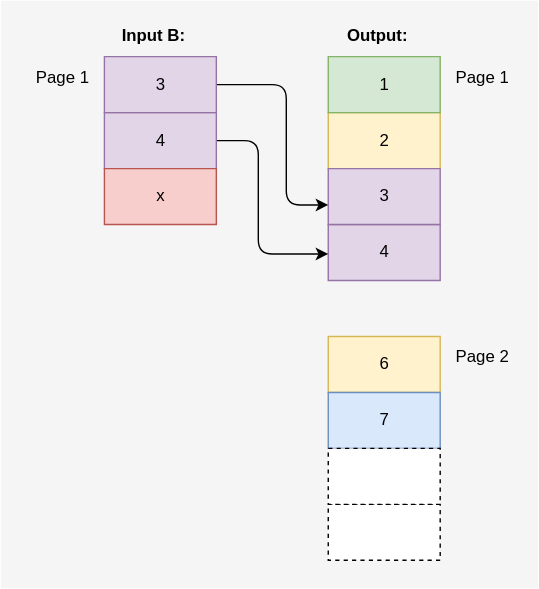
This is images/MergeResponsesKomplexSolution4.svg from cwahlmann/searchadapter, a draw.io export, as it was before one commit. Source tidied: cells renumbered, new cells last; positions are measured from the earlier drawing's top-left corner, leaving out a move shared by most shapes.
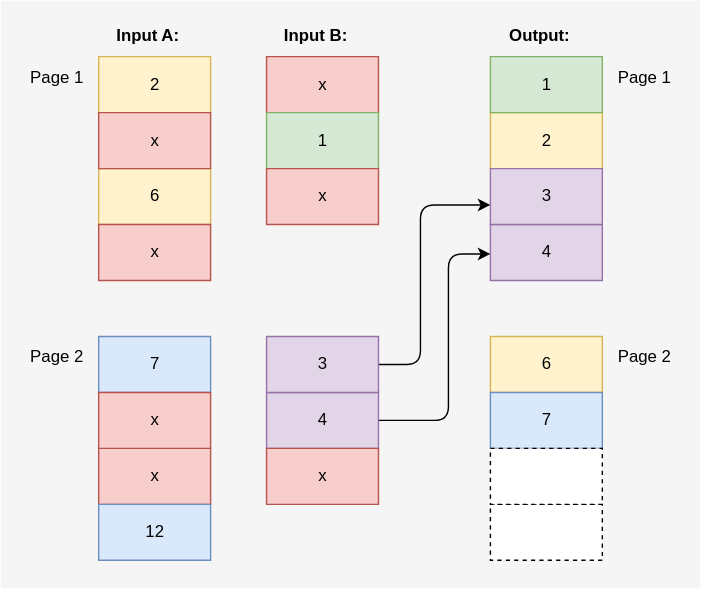
After the change.

What changed in the source:
```diff
@@ -3,7 +3,7 @@
     <mxCell id="0" />
     <mxCell id="1" parent="0" />
     <mxCell id="2" style="rounded=0;whiteSpace=wrap;html=1;fillColor=#f5f5f5;strokeColor=none;fontColor=#333333;" parent="1" vertex="1">
-      <mxGeometry width="384" height="420" as="geometry" />
+      <mxGeometry x="-116" width="500" height="420" as="geometry" />
     </mxCell>
     <mxCell id="3" value="Page 1" style="text;html=1;align=center;verticalAlign=middle;strokeColor=none;fillColor=none;" parent="1" vertex="1">
       <mxGeometry x="314" y="40" width="60" height="30" as="geometry" />
@@ -26,34 +26,28 @@
     <mxCell id="9" style="edgeStyle=orthogonalEdgeStyle;rounded=1;jettySize=auto;html=1;entryX=0;entryY=0.525;entryDx=0;entryDy=0;entryPerimeter=0;" parent="1" edge="1" source="10" target="6">
       <mxGeometry relative="1" as="geometry">
         <Array as="points">
-          <mxPoint x="184" y="100" />
-          <mxPoint x="184" y="181" />
+          <mxPoint x="204" y="300" />
+          <mxPoint x="204" y="181" />
         </Array>
       </mxGeometry>
     </mxCell>
     <mxCell id="10" value="4" style="verticalLabelPosition=middle;verticalAlign=middle;html=1;shape=mxgraph.basic.rect;fillColor2=none;strokeWidth=1;size=20;indent=5;labelPosition=center;align=center;fillColor=#e1d5e7;strokeColor=#9673a6;" parent="1" vertex="1">
-      <mxGeometry x="74" y="80" width="80" height="40" as="geometry" />
+      <mxGeometry x="74" y="280" width="80" height="40" as="geometry" />
     </mxCell>
-    <mxCell id="11" value="&lt;b&gt;Input B:&lt;/b&gt;" style="text;html=1;align=center;verticalAlign=middle;strokeColor=none;fillColor=none;" parent="1" vertex="1">
-      <mxGeometry x="74" y="10" width="70" height="30" as="geometry" />
-    </mxCell>
     <mxCell id="12" style="edgeStyle=orthogonalEdgeStyle;rounded=1;jettySize=auto;html=1;entryX=0;entryY=0.65;entryDx=0;entryDy=0;entryPerimeter=0;" parent="1" edge="1" source="13" target="8">
       <mxGeometry relative="1" as="geometry">
         <Array as="points">
-          <mxPoint x="204" y="60" />
-          <mxPoint x="204" y="146" />
+          <mxPoint x="184" y="260" />
+          <mxPoint x="184" y="146" />
         </Array>
       </mxGeometry>
     </mxCell>
     <mxCell id="13" value="3" style="verticalLabelPosition=middle;verticalAlign=middle;html=1;shape=mxgraph.basic.rect;fillColor2=none;strokeWidth=1;size=20;indent=5;labelPosition=center;align=center;fillColor=#e1d5e7;strokeColor=#9673a6;" parent="1" vertex="1">
-      <mxGeometry x="74" y="40" width="80" height="40" as="geometry" />
+      <mxGeometry x="74" y="240" width="80" height="40" as="geometry" />
     </mxCell>
     <mxCell id="14" value="x" style="verticalLabelPosition=middle;verticalAlign=middle;html=1;shape=mxgraph.basic.rect;fillColor2=none;strokeWidth=1;size=20;indent=5;labelPosition=center;align=center;fillColor=#f8cecc;strokeColor=#b85450;" parent="1" vertex="1">
-      <mxGeometry x="74" y="120" width="80" height="40" as="geometry" />
+      <mxGeometry x="74" y="320" width="80" height="40" as="geometry" />
     </mxCell>
-    <mxCell id="15" value="Page 1" style="text;html=1;align=center;verticalAlign=middle;strokeColor=none;fillColor=none;" parent="1" vertex="1">
-      <mxGeometry x="14" y="40" width="60" height="30" as="geometry" />
-    </mxCell>
     <mxCell id="16" value="6" style="verticalLabelPosition=middle;verticalAlign=middle;html=1;shape=mxgraph.basic.rect;fillColor2=none;strokeWidth=1;size=20;indent=5;labelPosition=center;align=center;fillColor=#fff2cc;strokeColor=#d6b656;" parent="1" vertex="1">
       <mxGeometry x="234" y="240" width="80" height="40" as="geometry" />
     </mxCell>
@@ -69,5 +63,50 @@
     <mxCell id="20" style="verticalLabelPosition=middle;verticalAlign=middle;html=1;shape=mxgraph.basic.rect;fillColor2=none;strokeWidth=1;size=20;indent=5;labelPosition=center;align=center;dashed=1;" parent="1" vertex="1">
       <mxGeometry x="234" y="320" width="80" height="40" as="geometry" />
     </mxCell>
+    <mxCell id="21" value="7" style="verticalLabelPosition=middle;verticalAlign=middle;html=1;shape=mxgraph.basic.rect;fillColor2=none;strokeWidth=1;size=20;indent=5;labelPosition=center;align=center;fillColor=#dae8fc;strokeColor=#6c8ebf;" parent="1" vertex="1">
+      <mxGeometry x="-46" y="240" width="80" height="40" as="geometry" />
+    </mxCell>
+    <mxCell id="22" value="x" style="verticalLabelPosition=middle;verticalAlign=middle;html=1;shape=mxgraph.basic.rect;fillColor2=none;strokeWidth=1;size=20;indent=5;labelPosition=center;align=center;fillColor=#f8cecc;strokeColor=#b85450;" parent="1" vertex="1">
+      <mxGeometry x="-46" y="320" width="80" height="40" as="geometry" />
+    </mxCell>
+    <mxCell id="23" value="12" style="verticalLabelPosition=middle;verticalAlign=middle;html=1;shape=mxgraph.basic.rect;fillColor2=none;strokeWidth=1;size=20;indent=5;labelPosition=center;align=center;fillColor=#dae8fc;strokeColor=#6c8ebf;" parent="1" vertex="1">
+      <mxGeometry x="-46" y="360" width="80" height="40" as="geometry" />
+    </mxCell>
+    <mxCell id="24" value="Page 2" style="text;html=1;align=center;verticalAlign=middle;strokeColor=none;fillColor=none;" parent="1" vertex="1">
+      <mxGeometry x="-106" y="240" width="60" height="30" as="geometry" />
+    </mxCell>
+    <mxCell id="25" value="&lt;b&gt;Input A:&lt;/b&gt;" style="text;html=1;align=center;verticalAlign=middle;strokeColor=none;fillColor=none;" parent="1" vertex="1">
+      <mxGeometry x="-46" y="10" width="70" height="30" as="geometry" />
+    </mxCell>
+    <mxCell id="26" value="x" style="verticalLabelPosition=middle;verticalAlign=middle;html=1;shape=mxgraph.basic.rect;fillColor2=none;strokeWidth=1;size=20;indent=5;labelPosition=center;align=center;fillColor=#f8cecc;strokeColor=#b85450;" parent="1" vertex="1">
+      <mxGeometry x="-46" y="280" width="80" height="40" as="geometry" />
+    </mxCell>
+    <mxCell id="27" value="x" style="verticalLabelPosition=middle;verticalAlign=middle;html=1;shape=mxgraph.basic.rect;fillColor2=none;strokeWidth=1;size=20;indent=5;labelPosition=center;align=center;fillColor=#f8cecc;strokeColor=#b85450;" parent="1" vertex="1">
+      <mxGeometry x="74" y="40" width="80" height="40" as="geometry" />
+    </mxCell>
+    <mxCell id="28" value="1" style="verticalLabelPosition=middle;verticalAlign=middle;html=1;shape=mxgraph.basic.rect;fillColor2=none;strokeWidth=1;size=20;indent=5;labelPosition=center;align=center;fillColor=#d5e8d4;strokeColor=#82b366;" parent="1" vertex="1">
+      <mxGeometry x="74" y="80" width="80" height="40" as="geometry" />
+    </mxCell>
+    <mxCell id="11" value="&lt;b&gt;Input B:&lt;/b&gt;" style="text;html=1;align=center;verticalAlign=middle;strokeColor=none;fillColor=none;" parent="1" vertex="1">
+      <mxGeometry x="74" y="10" width="70" height="30" as="geometry" />
+    </mxCell>
+    <mxCell id="29" value="x" style="verticalLabelPosition=middle;verticalAlign=middle;html=1;shape=mxgraph.basic.rect;fillColor2=none;strokeWidth=1;size=20;indent=5;labelPosition=center;align=center;fillColor=#f8cecc;strokeColor=#b85450;" parent="1" vertex="1">
+      <mxGeometry x="74" y="120" width="80" height="40" as="geometry" />
+    </mxCell>
+    <mxCell id="30" value="2" style="verticalLabelPosition=middle;verticalAlign=middle;html=1;shape=mxgraph.basic.rect;fillColor2=none;strokeWidth=1;size=20;indent=5;labelPosition=center;align=center;fillColor=#fff2cc;strokeColor=#d6b656;" parent="1" vertex="1">
+      <mxGeometry x="-46" y="40" width="80" height="40" as="geometry" />
+    </mxCell>
+    <mxCell id="31" value="6" style="verticalLabelPosition=middle;verticalAlign=middle;html=1;shape=mxgraph.basic.rect;fillColor2=none;strokeWidth=1;size=20;indent=5;labelPosition=center;align=center;fillColor=#fff2cc;strokeColor=#d6b656;" parent="1" vertex="1">
+      <mxGeometry x="-46" y="120" width="80" height="40" as="geometry" />
+    </mxCell>
+    <mxCell id="32" value="x" style="verticalLabelPosition=middle;verticalAlign=middle;html=1;shape=mxgraph.basic.rect;fillColor2=none;strokeWidth=1;size=20;indent=5;labelPosition=center;align=center;fillColor=#f8cecc;strokeColor=#b85450;" parent="1" vertex="1">
+      <mxGeometry x="-46" y="80" width="80" height="40" as="geometry" />
+    </mxCell>
+    <mxCell id="33" value="x" style="verticalLabelPosition=middle;verticalAlign=middle;html=1;shape=mxgraph.basic.rect;fillColor2=none;strokeWidth=1;size=20;indent=5;labelPosition=center;align=center;fillColor=#f8cecc;strokeColor=#b85450;" parent="1" vertex="1">
+      <mxGeometry x="-46" y="160" width="80" height="40" as="geometry" />
+    </mxCell>
+    <mxCell id="15" value="Page 1" style="text;html=1;align=center;verticalAlign=middle;strokeColor=none;fillColor=none;" parent="1" vertex="1">
+      <mxGeometry x="-106" y="40" width="60" height="30" as="geometry" />
+    </mxCell>
   </root>
 </mxGraphModel>
```
